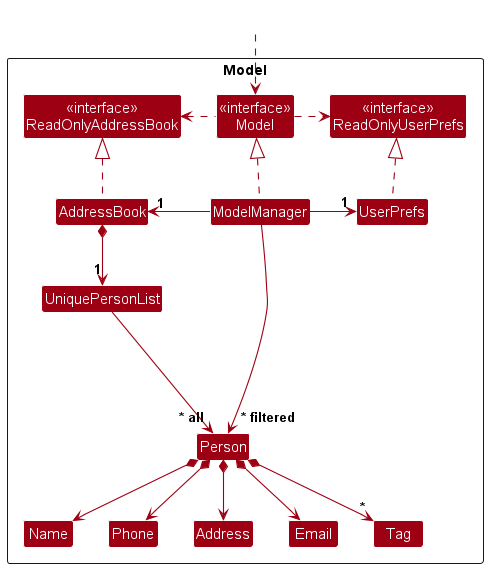
This is docs/images/ModelClassDiagram.png from nus-cs2103-AY2324S2/tp, a PlantUML export, as it was before one commit.
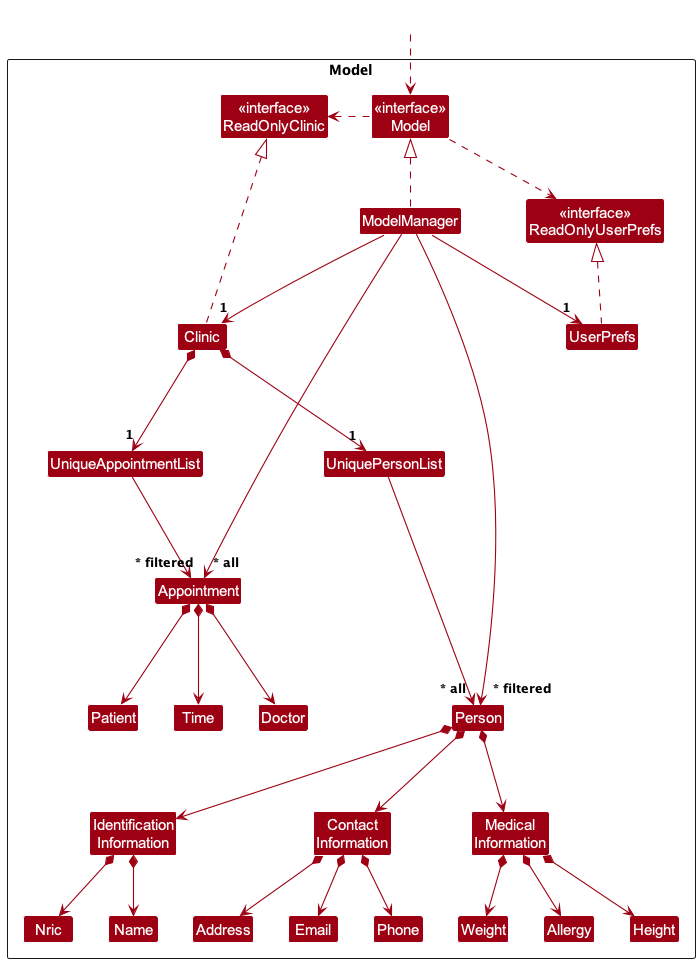
The same diagram one commit later.

Change to the diagram source:
```diff
@@ -5,20 +5,32 @@
 skinparam classBackgroundColor MODEL_COLOR
 
 Package Model as ModelPackage <<Rectangle>>{
-Class "<<interface>>\nReadOnlyAddressBook" as ReadOnlyAddressBook
+Class "<<interface>>\nReadOnlyClinic" as ReadOnlyAddressClinic
 Class "<<interface>>\nReadOnlyUserPrefs" as ReadOnlyUserPrefs
 Class "<<interface>>\nModel" as Model
-Class AddressBook
+Class Clinic
 Class ModelManager
 Class UserPrefs
 
 Class UniquePersonList
 Class Person
+Class Identification\nInformation
+Class Nric
+Class Name
+Class Contact\nInformation
 Class Address
 Class Email
-Class Name
 Class Phone
-Class Tag
+Class Medical\nInformation
+Class Height
+Class Weight
+Class Allergy
+
+Class UniqueAppointmentList
+Class Appointment
+Class Doctor
+Class Patient
+Class Time
 
 Class I #FFFFFF
 }
@@ -26,22 +38,28 @@
 Class HiddenOutside #FFFFFF
 HiddenOutside ..> Model
 
-AddressBook .up.|> ReadOnlyAddressBook
+Clinic .up.|> ReadOnlyAddressClinic
 
 ModelManager .up.|> Model
 Model .right.> ReadOnlyUserPrefs
-Model .left.> ReadOnlyAddressBook
-ModelManager -left-> "1" AddressBook
-ModelManager -right-> "1" UserPrefs
+Model .left.> ReadOnlyAddressClinic
+ModelManager --> "1" Clinic
+ModelManager --> "1" UserPrefs
 UserPrefs .up.|> ReadOnlyUserPrefs
 
-AddressBook *--> "1" UniquePersonList
+Clinic *--> "1" UniquePersonList
 UniquePersonList --> "~* all" Person
-Person *--> Name
-Person *--> Phone
-Person *--> Email
-Person *--> Address
-Person *--> "*" Tag
+Person *--> Identification\nInformation
+Identification\nInformation *--> Nric
+Identification\nInformation *--> Name
+Person *--> Contact\nInformation
+Contact\nInformation *--> Phone
+Contact\nInformation *--> Email
+Contact\nInformation *--> Address
+Person *--> Medical\nInformation
+Medical\nInformation *--> Height
+Medical\nInformation *--> Weight
+Medical\nInformation *--> Allergy
 
 Person -[hidden]up--> I
 UniquePersonList -[hidden]right-> I
@@ -50,5 +68,12 @@
 Phone -[hidden]right-> Address
 Address -[hidden]right-> Email
 
+Clinic *--> "1" UniqueAppointmentList
+UniqueAppointmentList --> "~* all" Appointment
+Appointment *--> Doctor
+Appointment *--> Patient
+Appointment *--> Time
+
 ModelManager --> "~* filtered" Person
+ModelManager --> "~* filtered" Appointment
 @enduml
```
